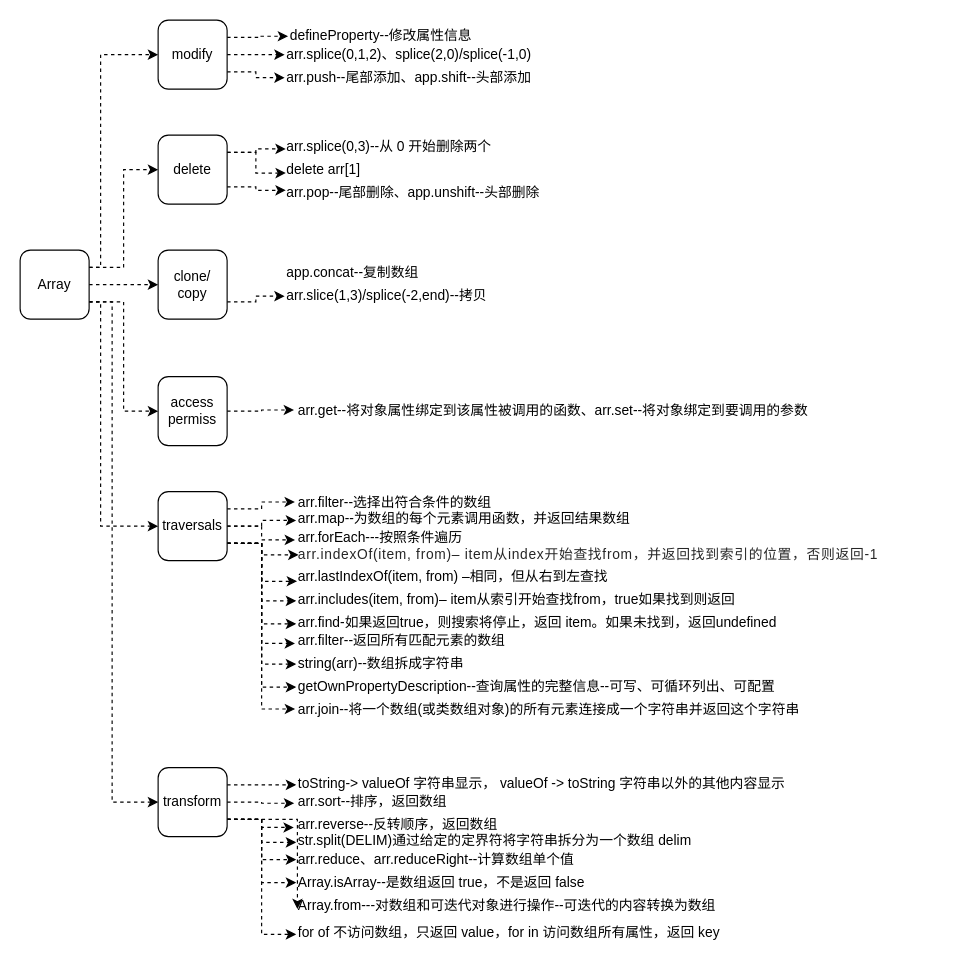
Above: page "Array" (1 of 4) of background-flutter/JS难点/Func/Arr/Obj.drawio in hexipei/draw.io (draw.io), before the change. Source tidied: cells renumbered, new cells numbered last; positions are measured from the earlier drawing's top-left corner, leaving out a move shared by most shapes. Both pictures are drawn from the tidied source at 115%, with x=0, y=0 at pixel (20, 20).
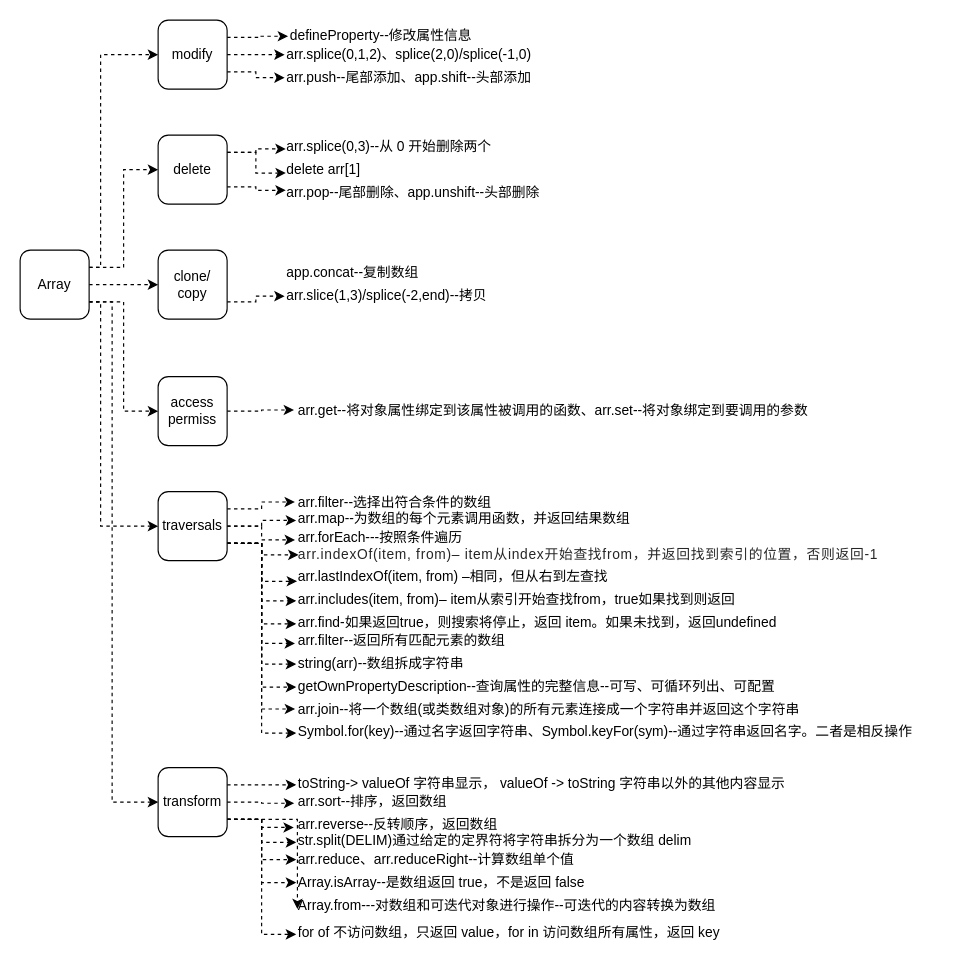
The same diagram, later.

The change refers to these unchanged cells:
```xml
<mxCell id="36" value="traversals" style="rounded=1;whiteSpace=wrap;html=1;" parent="1" vertex="1">
  <mxGeometry x="120" y="410" width="60" height="60" as="geometry" />
</mxCell>
```

What changed in the source:
```diff
@@
+    <mxCell id="70" style="edgeStyle=orthogonalEdgeStyle;rounded=0;jettySize=auto;html=1;exitX=1;exitY=0.75;exitDx=0;exitDy=0;entryX=0;entryY=0.5;entryDx=0;entryDy=0;dashed=1;" parent="1" edge="1" source="36" target="71">
+      <mxGeometry relative="1" as="geometry" />
+    </mxCell>
@@
+    <mxCell id="71" value="Symbol.for(key)--通过名字返回字符串、Symbol.keyFor(sym)--通过字符串返回名字。二者是相反操作" style="text;html=1;" parent="1" vertex="1">
+      <mxGeometry x="240" y="605" width="560" height="30" as="geometry" />
+    </mxCell>
```
